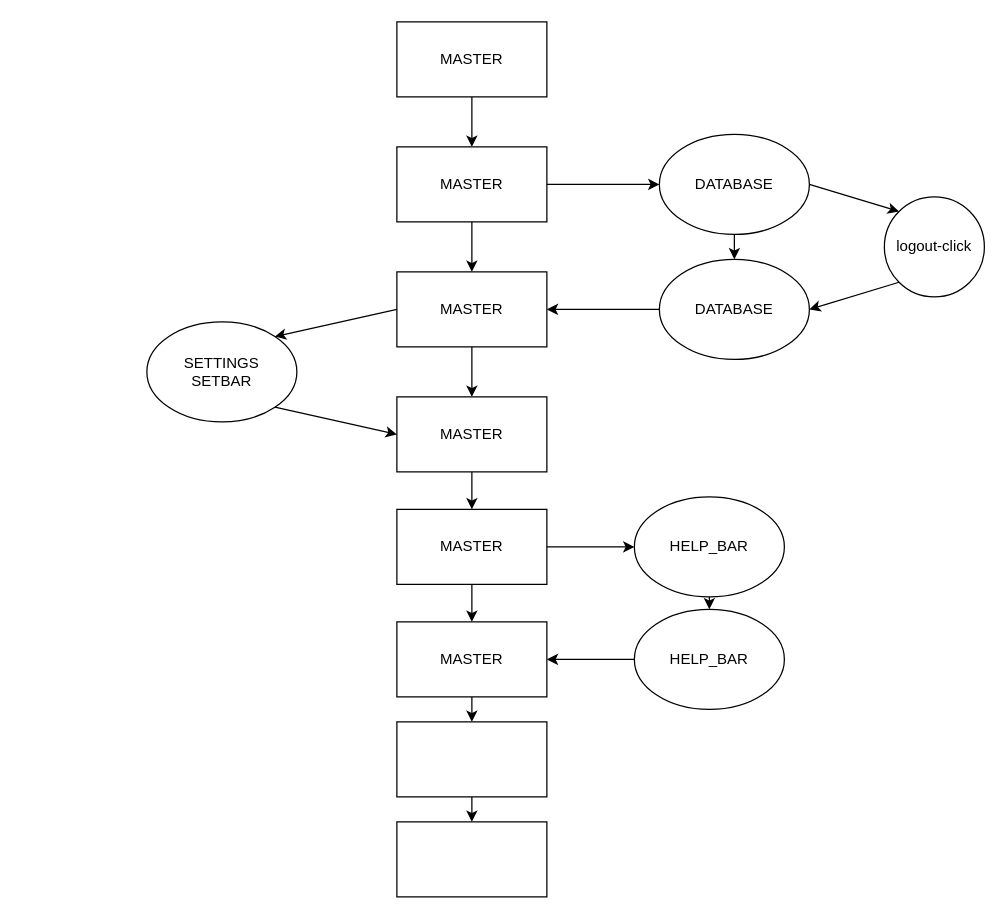
Earlier version of the draw.io diagram INFORMATION/branches.drawio (Man1exter/MAIG-WAREHOUSE). Source tidied: cells renumbered, new cells numbered last; positions are measured from the earlier drawing's top-left corner, leaving out a move shared by most shapes. Both pictures are drawn from the tidied source at 125%, with x=0, y=0 at pixel (146, 21).
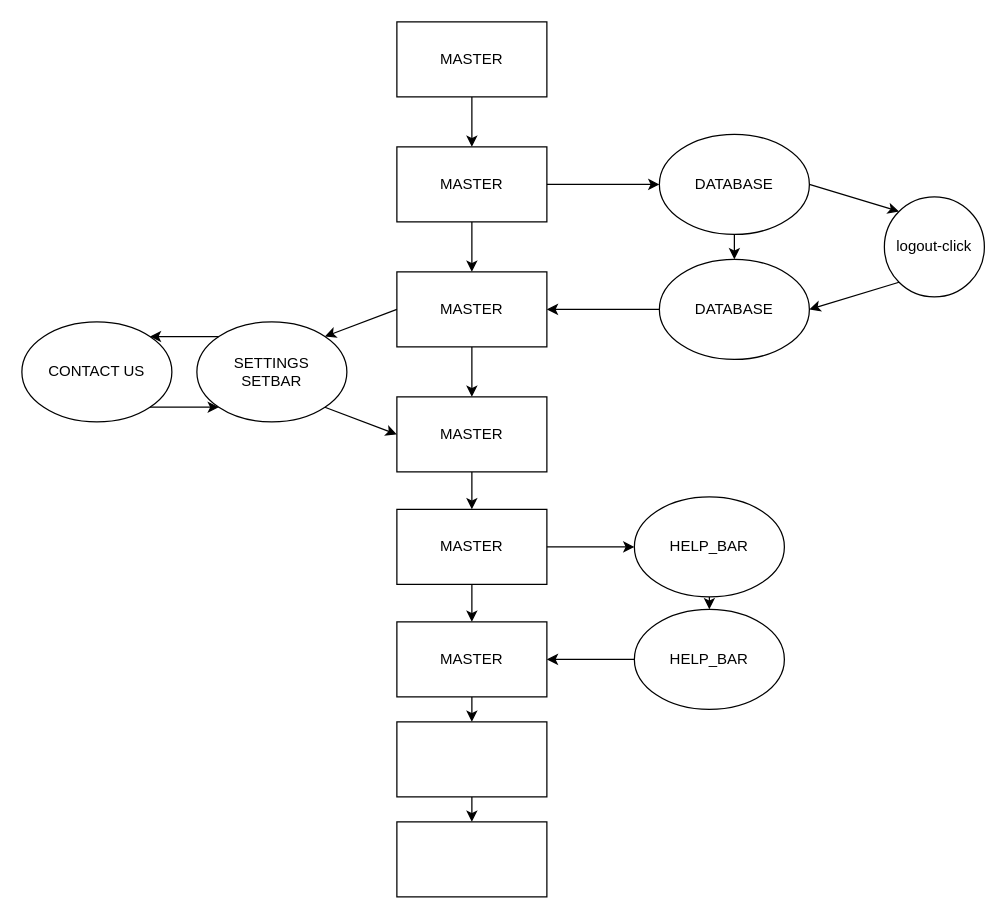
The same page after the edit.

Change to the diagram source:
```diff
@@
     <mxCell id="17" value="SETTINGS&lt;br&gt;SETBAR" style="ellipse;whiteSpace=wrap;html=1;" parent="1" vertex="1">
-      <mxGeometry y="240" width="120" height="80" as="geometry" />
+      <mxGeometry x="40" y="240" width="120" height="80" as="geometry" />
     </mxCell>
@@
+    <mxCell id="33" style="edgeStyle=none;html=1;entryX=1;entryY=0;entryDx=0;entryDy=0;exitX=0;exitY=0;exitDx=0;exitDy=0;" parent="1" edge="1" source="17" target="34">
+      <mxGeometry relative="1" as="geometry" />
+    </mxCell>
@@
+    <mxCell id="34" value="CONTACT US" style="ellipse;whiteSpace=wrap;html=1;" parent="1" vertex="1">
+      <mxGeometry x="-100" y="240" width="120" height="80" as="geometry" />
+    </mxCell>
+    <mxCell id="35" style="endArrow=classic;html=1;exitX=1;exitY=1;exitDx=0;exitDy=0;entryX=0;entryY=1;entryDx=0;entryDy=0;" parent="1" edge="1" source="34" target="17">
+      <mxGeometry relative="1" as="geometry" />
+    </mxCell>
```
